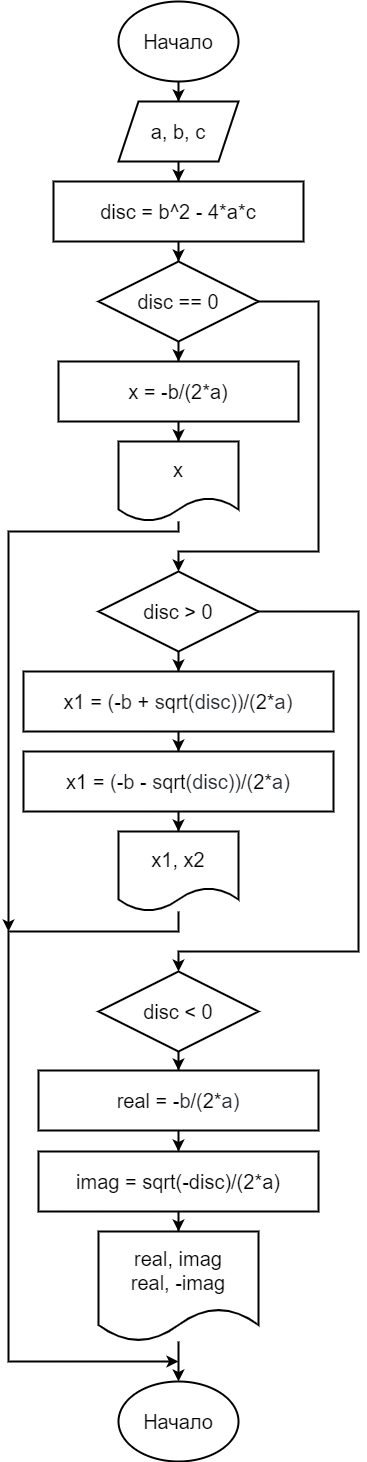
This is Lab2.1/Lab2.1.drawio.png from ga1kokuj1n/Lab2, a draw.io export, as it was before one commit. Source tidied: cells renumbered, new cells last; positions are measured from the earlier drawing's top-left corner, leaving out a move shared by most shapes.
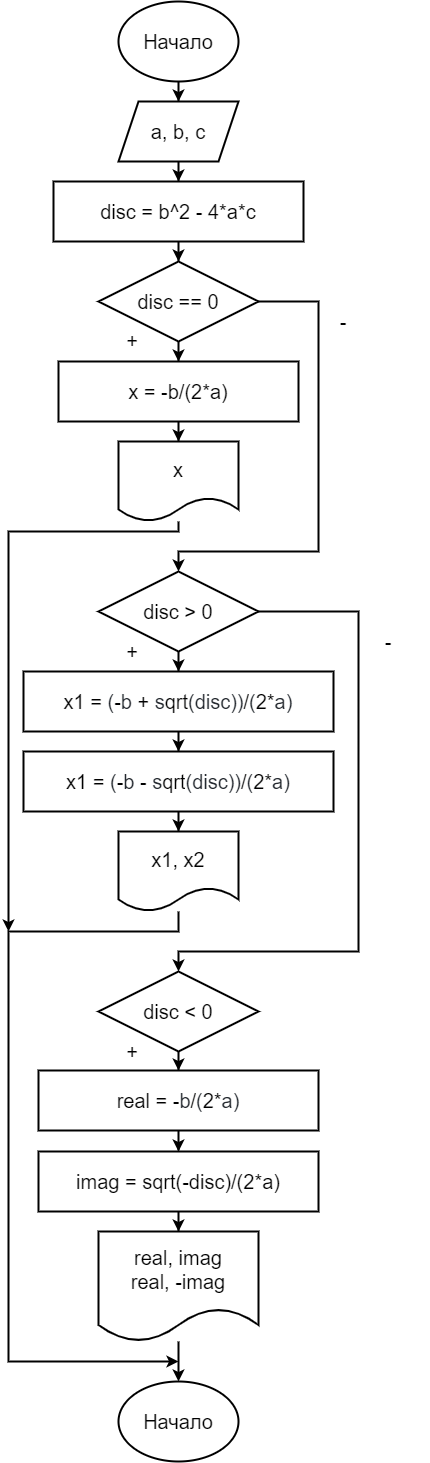
After the commit.

Change to the diagram source:
```diff
@@ -121,5 +121,20 @@
     <mxCell id="32" value="&lt;font style=&quot;font-size: 20px&quot;&gt;Начало&lt;/font&gt;" style="ellipse;whiteSpace=wrap;html=1;strokeWidth=2;" parent="1" vertex="1">
       <mxGeometry x="110" y="1380" width="120" height="80" as="geometry" />
     </mxCell>
+    <mxCell id="33" value="+" style="whiteSpace=wrap;html=1;fontSize=20;strokeWidth=2;fillColor=none;strokeColor=none;" parent="1" vertex="1">
+      <mxGeometry x="84" y="299" width="80" height="80" as="geometry" />
+    </mxCell>
+    <mxCell id="34" value="+" style="whiteSpace=wrap;html=1;fontSize=20;strokeWidth=2;fillColor=none;strokeColor=none;" parent="1" vertex="1">
+      <mxGeometry x="84" y="610" width="80" height="80" as="geometry" />
+    </mxCell>
+    <mxCell id="35" value="+" style="whiteSpace=wrap;html=1;fontSize=20;strokeWidth=2;fillColor=none;strokeColor=none;" parent="1" vertex="1">
+      <mxGeometry x="84" y="1010" width="80" height="80" as="geometry" />
+    </mxCell>
+    <mxCell id="36" value="-" style="whiteSpace=wrap;html=1;fontSize=20;strokeWidth=2;fillColor=none;strokeColor=none;" parent="1" vertex="1">
+      <mxGeometry x="295" y="280" width="80" height="80" as="geometry" />
+    </mxCell>
+    <mxCell id="37" value="-" style="whiteSpace=wrap;html=1;fontSize=20;strokeWidth=2;fillColor=none;strokeColor=none;" parent="1" vertex="1">
+      <mxGeometry x="340" y="600" width="80" height="80" as="geometry" />
+    </mxCell>
   </root>
 </mxGraphModel>
```
